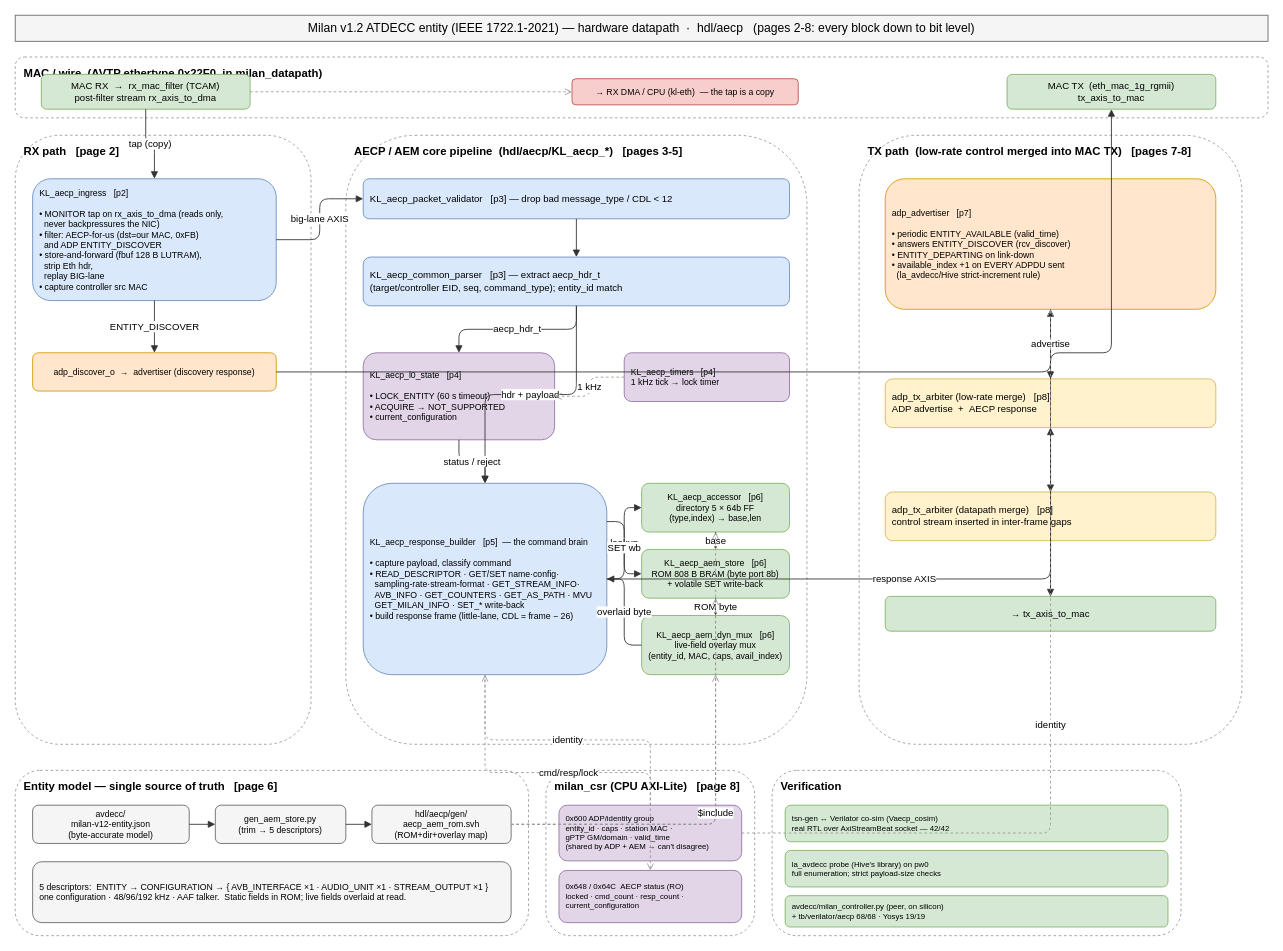
kebag-logic/milan-fpga keeps this draw.io diagram as page "1-overview" (1 of 9) of hdl/aecp/doc/atdecc_architecture.drawio. Above is the earlier version. Source tidied: cells renumbered, new cells numbered last; positions are measured from the earlier drawing's top-left corner, leaving out a move shared by most shapes. Both pictures are drawn from the tidied source at 87%, with x=0, y=0 at pixel (15, 15).
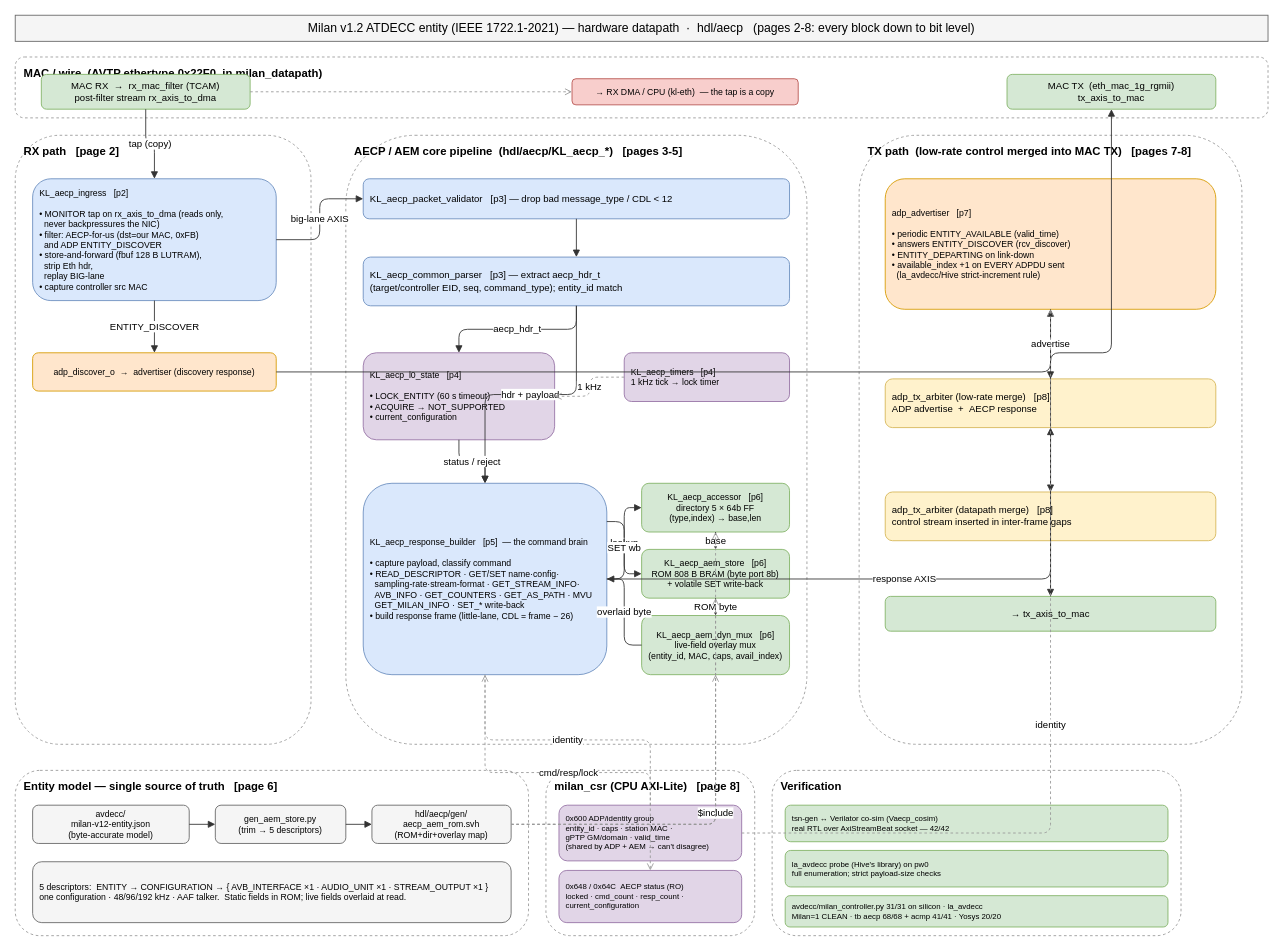
The same page after the edit.

The edit, as a diff of the source:
```diff
@@
-    <mxCell id="35" value="avdecc/milan_controller.py (peer, on silicon)&#10;+ tb/verilator/aecp 68/68 · Yosys 19/19" style="rounded=1;whiteSpace=wrap;html=1;fillColor=#d5e8d4;strokeColor=#82b366;fontSize=9;verticalAlign=middle;align=left;spacingLeft=6;spacingRight=6;" parent="1" vertex="1">
+    <mxCell id="35" value="avdecc/milan_controller.py 31/31 on silicon · la_avdecc&#10;Milan=1 CLEAN · tb aecp 68/68 + acmp 41/41 · Yosys 20/20" style="rounded=1;whiteSpace=wrap;html=1;fillColor=#d5e8d4;strokeColor=#82b366;fontSize=9;verticalAlign=middle;align=left;spacingLeft=6;spacingRight=6;" parent="1" vertex="1">
       <mxGeometry x="885" y="1012" width="440" height="36" as="geometry" />
     </mxCell>
```
